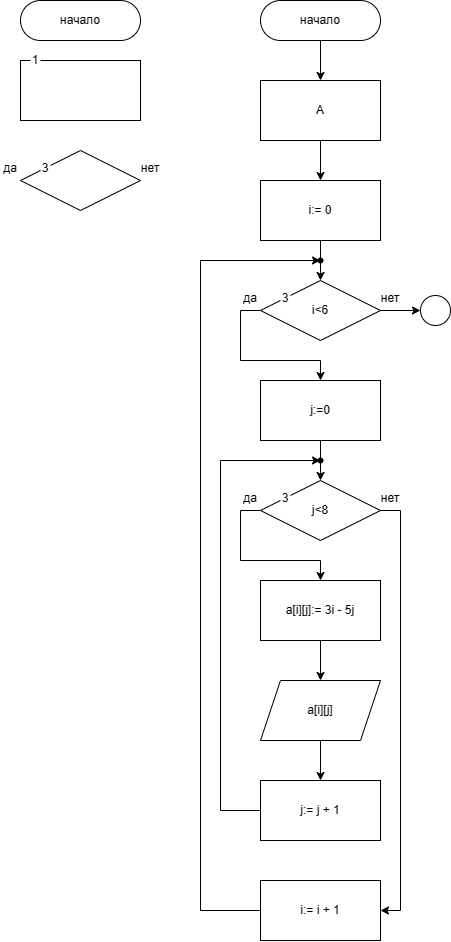
Earlier version of the draw.io export l2t2.png (H33MP/rsue). Source tidied: cells renumbered, new cells last; positions are measured from the earlier drawing's top-left corner, leaving out a move shared by most shapes.
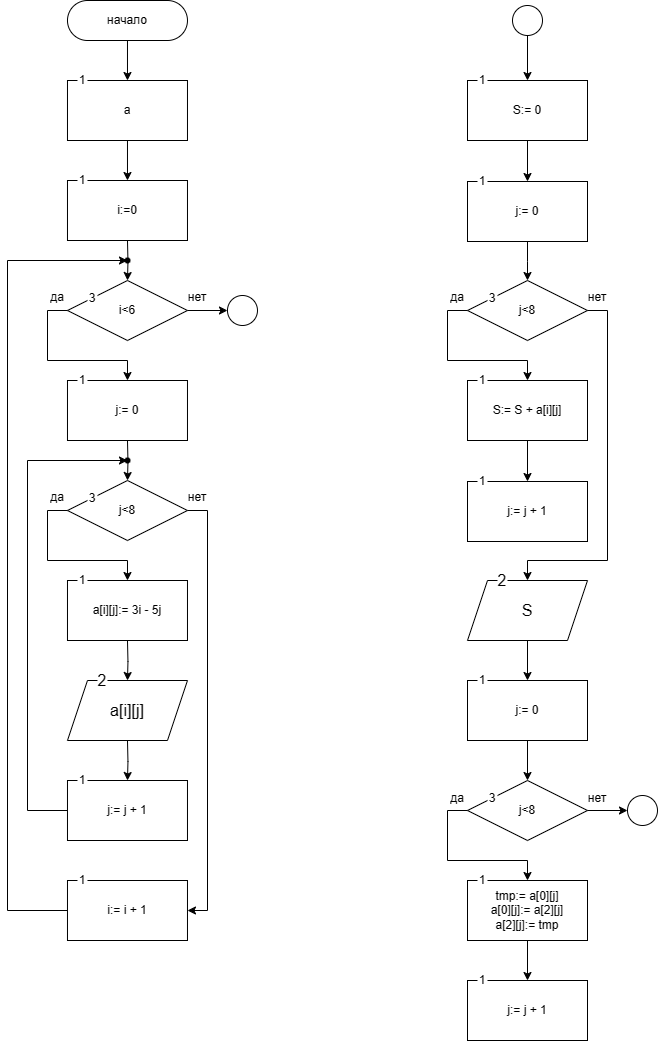
After the change.

The edit, as a diff of the source:
```diff
@@ -4,5 +4,5 @@
     <mxCell id="1" parent="0" />
-    <mxCell id="2" style="edgeStyle=orthogonalEdgeStyle;rounded=0;jettySize=auto;html=1;" parent="1" edge="1" source="3" target="5">
-      <mxGeometry relative="1" as="geometry" />
-    </mxCell>
+    <mxCell id="44" style="edgeStyle=orthogonalEdgeStyle;rounded=0;jettySize=auto;html=1;" parent="1" edge="1" source="3" target="46">
+      <mxGeometry relative="1" as="geometry" />
+    </mxCell>
     <mxCell id="3" value="начало" style="rounded=1;whiteSpace=wrap;html=1;arcSize=50;" parent="1" vertex="1">
@@ -10,10 +10,5 @@
     </mxCell>
-    <mxCell id="4" style="edgeStyle=orthogonalEdgeStyle;rounded=0;jettySize=auto;html=1;" parent="1" edge="1" source="5" target="7">
-      <mxGeometry relative="1" as="geometry" />
-    </mxCell>
-    <mxCell id="5" value="A" style="rounded=0;whiteSpace=wrap;html=1;" parent="1" vertex="1">
-      <mxGeometry x="260" y="80" width="120" height="60" as="geometry" />
-    </mxCell>
-    <mxCell id="6" style="edgeStyle=orthogonalEdgeStyle;rounded=0;jettySize=auto;html=1;" parent="1" edge="1" source="7">
+    <mxCell id="6" style="edgeStyle=orthogonalEdgeStyle;rounded=0;orthogonalLoop=1;jettySize=auto;html=1;" parent="1" edge="1">
       <mxGeometry relative="1" as="geometry">
+        <mxPoint x="320" y="240" as="sourcePoint" />
         <mxPoint x="320" y="280" as="targetPoint" />
@@ -21,5 +16,2 @@
     </mxCell>
-    <mxCell id="7" value="i:= 0" style="rounded=0;whiteSpace=wrap;html=1;" parent="1" vertex="1">
-      <mxGeometry x="260" y="180" width="120" height="60" as="geometry" />
-    </mxCell>
     <mxCell id="8" style="group;" parent="1" vertex="1">
@@ -39,10 +31,10 @@
     </mxCell>
-    <mxCell id="13" style="edgeStyle=orthogonalEdgeStyle;rounded=0;jettySize=auto;html=1;entryX=0.5;entryY=0;entryDx=0;entryDy=0;" parent="1" edge="1" source="14" target="17">
-      <mxGeometry relative="1" as="geometry" />
+    <mxCell id="13" style="edgeStyle=orthogonalEdgeStyle;rounded=0;jettySize=auto;html=1;entryX=0.5;entryY=0;entryDx=0;entryDy=0;" parent="1" edge="1" target="17">
+      <mxGeometry relative="1" as="geometry">
+        <mxPoint x="320" y="440" as="sourcePoint" />
+      </mxGeometry>
     </mxCell>
-    <mxCell id="14" value="j:=0" style="rounded=0;whiteSpace=wrap;html=1;" parent="1" vertex="1">
-      <mxGeometry x="260" y="380" width="120" height="60" as="geometry" />
-    </mxCell>
-    <mxCell id="15" style="edgeStyle=orthogonalEdgeStyle;rounded=0;jettySize=auto;html=1;entryX=0.5;entryY=0;entryDx=0;entryDy=0;" parent="1" edge="1" source="9" target="14">
+    <mxCell id="15" style="edgeStyle=orthogonalEdgeStyle;rounded=0;jettySize=auto;html=1;entryX=0.5;entryY=0;entryDx=0;entryDy=0;" parent="1" edge="1" source="9">
       <mxGeometry relative="1" as="geometry">
+        <mxPoint x="320" y="380" as="targetPoint" />
         <Array as="points">
@@ -69,10 +61,11 @@
     </mxCell>
-    <mxCell id="21" style="edgeStyle=orthogonalEdgeStyle;rounded=0;jettySize=auto;html=1;" parent="1" edge="1" source="22" target="25">
-      <mxGeometry relative="1" as="geometry" />
+    <mxCell id="21" style="edgeStyle=orthogonalEdgeStyle;rounded=0;orthogonalLoop=1;jettySize=auto;html=1;" parent="1" edge="1">
+      <mxGeometry relative="1" as="geometry">
+        <mxPoint x="320" y="640" as="sourcePoint" />
+        <mxPoint x="320" y="680" as="targetPoint" />
+      </mxGeometry>
     </mxCell>
-    <mxCell id="22" value="a[i][j]:= 3i - 5j" style="rounded=0;whiteSpace=wrap;html=1;" parent="1" vertex="1">
-      <mxGeometry x="260" y="580" width="120" height="60" as="geometry" />
-    </mxCell>
-    <mxCell id="23" style="edgeStyle=orthogonalEdgeStyle;rounded=0;jettySize=auto;html=1;entryX=0.5;entryY=0;entryDx=0;entryDy=0;" parent="1" edge="1" source="17" target="22">
+    <mxCell id="23" style="edgeStyle=orthogonalEdgeStyle;rounded=0;jettySize=auto;html=1;entryX=0.5;entryY=0;entryDx=0;entryDy=0;" parent="1" edge="1" source="17">
       <mxGeometry relative="1" as="geometry">
+        <mxPoint x="320" y="580" as="targetPoint" />
         <Array as="points">
@@ -84,10 +77,11 @@
     </mxCell>
-    <mxCell id="24" style="edgeStyle=orthogonalEdgeStyle;rounded=0;jettySize=auto;html=1;" parent="1" edge="1" source="25" target="27">
-      <mxGeometry relative="1" as="geometry" />
+    <mxCell id="24" style="edgeStyle=orthogonalEdgeStyle;rounded=0;orthogonalLoop=1;jettySize=auto;html=1;" parent="1" edge="1">
+      <mxGeometry relative="1" as="geometry">
+        <mxPoint x="320" y="740" as="sourcePoint" />
+        <mxPoint x="320" y="780" as="targetPoint" />
+      </mxGeometry>
     </mxCell>
-    <mxCell id="25" value="a[i][j]" style="shape=parallelogram;perimeter=parallelogramPerimeter;whiteSpace=wrap;html=1;fixedSize=1;" parent="1" vertex="1">
-      <mxGeometry x="260" y="680" width="120" height="60" as="geometry" />
-    </mxCell>
-    <mxCell id="26" style="edgeStyle=orthogonalEdgeStyle;rounded=0;jettySize=auto;html=1;" parent="1" edge="1" source="27" target="32">
+    <mxCell id="26" style="edgeStyle=orthogonalEdgeStyle;rounded=0;jettySize=auto;html=1;" parent="1" edge="1" target="32">
       <mxGeometry relative="1" as="geometry">
+        <mxPoint x="260" y="810" as="sourcePoint" />
         <Array as="points">
@@ -98,7 +92,5 @@
     </mxCell>
-    <mxCell id="27" value="j:= j + 1" style="rounded=0;whiteSpace=wrap;html=1;" parent="1" vertex="1">
-      <mxGeometry x="260" y="780" width="120" height="60" as="geometry" />
-    </mxCell>
-    <mxCell id="28" style="edgeStyle=orthogonalEdgeStyle;rounded=0;jettySize=auto;html=1;" parent="1" edge="1" source="29" target="31">
+    <mxCell id="28" style="edgeStyle=orthogonalEdgeStyle;rounded=0;jettySize=auto;html=1;" parent="1" edge="1" target="31">
       <mxGeometry relative="1" as="geometry">
+        <mxPoint x="260" y="910" as="sourcePoint" />
         <Array as="points">
@@ -109,7 +101,5 @@
     </mxCell>
-    <mxCell id="29" value="i:= i + 1" style="rounded=0;whiteSpace=wrap;html=1;" parent="1" vertex="1">
-      <mxGeometry x="260" y="880" width="120" height="60" as="geometry" />
-    </mxCell>
-    <mxCell id="30" style="edgeStyle=orthogonalEdgeStyle;rounded=0;jettySize=auto;html=1;entryX=1;entryY=0.5;entryDx=0;entryDy=0;" parent="1" edge="1" source="17" target="29">
+    <mxCell id="30" style="edgeStyle=orthogonalEdgeStyle;rounded=0;jettySize=auto;html=1;entryX=1;entryY=0.5;entryDx=0;entryDy=0;" parent="1" edge="1" source="17">
       <mxGeometry relative="1" as="geometry">
+        <mxPoint x="380" y="910" as="targetPoint" />
         <Array as="points">
@@ -132,29 +122,227 @@
     </mxCell>
-    <mxCell id="35" style="group;" parent="1" vertex="1">
-      <mxGeometry x="20" y="55" width="120" height="65" as="geometry" />
-    </mxCell>
-    <mxCell id="36" style="rounded=0;whiteSpace=wrap;html=1;" parent="35" vertex="1">
-      <mxGeometry y="5" width="120" height="60" as="geometry" />
-    </mxCell>
-    <mxCell id="37" value="1" style="text;html=1;strokeColor=none;fillColor=default;align=center;verticalAlign=middle;whiteSpace=wrap;rounded=0;" parent="35" vertex="1">
-      <mxGeometry x="10" width="10" height="10" as="geometry" />
-    </mxCell>
-    <mxCell id="38" value="начало" style="rounded=1;whiteSpace=wrap;html=1;arcSize=50;" parent="1" vertex="1">
-      <mxGeometry x="20" width="120" height="40" as="geometry" />
-    </mxCell>
-    <mxCell id="39" style="group;" parent="1" vertex="1">
-      <mxGeometry y="150" width="160" height="60" as="geometry" />
-    </mxCell>
-    <mxCell id="40" style="rhombus;whiteSpace=wrap;html=1;" parent="39" vertex="1">
-      <mxGeometry x="20" width="120" height="60" as="geometry" />
-    </mxCell>
-    <mxCell id="41" value="да" style="text;html=1;strokeColor=none;fillColor=none;align=center;verticalAlign=middle;whiteSpace=wrap;rounded=0;" parent="39" vertex="1">
-      <mxGeometry y="10" width="20" height="15" as="geometry" />
-    </mxCell>
-    <mxCell id="42" value="нет" style="text;html=1;strokeColor=none;fillColor=none;align=center;verticalAlign=middle;whiteSpace=wrap;rounded=0;" parent="39" vertex="1">
-      <mxGeometry x="140" y="10" width="20" height="15" as="geometry" />
-    </mxCell>
-    <mxCell id="43" value="3" style="text;html=1;strokeColor=none;fillColor=default;align=center;verticalAlign=middle;whiteSpace=wrap;rounded=0;" parent="39" vertex="1">
-      <mxGeometry x="40" y="13" width="10" height="10" as="geometry" />
-    </mxCell>
+    <mxCell id="45" style="group;" parent="1" vertex="1">
+      <mxGeometry x="260" y="75" width="120" height="65" as="geometry" />
+    </mxCell>
+    <mxCell id="46" value="a" style="rounded=0;whiteSpace=wrap;html=1;" parent="45" vertex="1">
+      <mxGeometry y="5" width="120" height="60" as="geometry" />
+    </mxCell>
+    <mxCell id="47" value="1" style="text;html=1;strokeColor=none;fillColor=default;align=center;verticalAlign=middle;whiteSpace=wrap;rounded=0;" parent="45" vertex="1">
+      <mxGeometry x="10" width="10" height="10" as="geometry" />
+    </mxCell>
+    <mxCell id="48" style="group;" parent="1" vertex="1">
+      <mxGeometry x="260" y="175" width="120" height="65" as="geometry" />
+    </mxCell>
+    <mxCell id="49" value="i:=0" style="rounded=0;whiteSpace=wrap;html=1;" parent="48" vertex="1">
+      <mxGeometry y="5" width="120" height="60" as="geometry" />
+    </mxCell>
+    <mxCell id="50" value="1" style="text;html=1;strokeColor=none;fillColor=default;align=center;verticalAlign=middle;whiteSpace=wrap;rounded=0;" parent="48" vertex="1">
+      <mxGeometry x="10" width="10" height="10" as="geometry" />
+    </mxCell>
+    <mxCell id="51" style="edgeStyle=orthogonalEdgeStyle;rounded=0;jettySize=auto;html=1;" parent="1" edge="1" source="46" target="49">
+      <mxGeometry relative="1" as="geometry" />
+    </mxCell>
+    <mxCell id="52" style="group;" parent="1" vertex="1">
+      <mxGeometry x="260" y="375" width="120" height="65" as="geometry" />
+    </mxCell>
+    <mxCell id="53" value="j:= 0" style="rounded=0;whiteSpace=wrap;html=1;" parent="52" vertex="1">
+      <mxGeometry y="5" width="120" height="60" as="geometry" />
+    </mxCell>
+    <mxCell id="54" value="1" style="text;html=1;strokeColor=none;fillColor=default;align=center;verticalAlign=middle;whiteSpace=wrap;rounded=0;" parent="52" vertex="1">
+      <mxGeometry x="10" width="10" height="10" as="geometry" />
+    </mxCell>
+    <mxCell id="55" style="group;" parent="1" vertex="1">
+      <mxGeometry x="260" y="575" width="120" height="65" as="geometry" />
+    </mxCell>
+    <mxCell id="22" value="a[i][j]:= 3i - 5j" style="rounded=0;whiteSpace=wrap;html=1;" parent="55" vertex="1">
+      <mxGeometry y="5" width="120" height="60" as="geometry" />
+    </mxCell>
+    <mxCell id="56" value="1" style="text;html=1;strokeColor=none;fillColor=default;align=center;verticalAlign=middle;whiteSpace=wrap;rounded=0;" parent="55" vertex="1">
+      <mxGeometry x="10" width="10" height="10" as="geometry" />
+    </mxCell>
+    <mxCell id="57" style="group;fontSize=16;" parent="1" vertex="1">
+      <mxGeometry x="260" y="675" width="120" height="65" as="geometry" />
+    </mxCell>
+    <mxCell id="25" value="a[i][j]" style="shape=parallelogram;perimeter=parallelogramPerimeter;whiteSpace=wrap;html=1;fixedSize=1;fontSize=16;" parent="57" vertex="1">
+      <mxGeometry y="5" width="120" height="60" as="geometry" />
+    </mxCell>
+    <mxCell id="58" value="2" style="text;html=1;strokeColor=none;fillColor=default;align=center;verticalAlign=middle;whiteSpace=wrap;rounded=0;fontSize=16;" parent="57" vertex="1">
+      <mxGeometry x="30" width="10" height="10" as="geometry" />
+    </mxCell>
+    <mxCell id="59" style="group;" parent="1" vertex="1">
+      <mxGeometry x="260" y="775" width="120" height="65" as="geometry" />
+    </mxCell>
+    <mxCell id="60" value="j:= j + 1" style="rounded=0;whiteSpace=wrap;html=1;" parent="59" vertex="1">
+      <mxGeometry y="5" width="120" height="60" as="geometry" />
+    </mxCell>
+    <mxCell id="61" value="1" style="text;html=1;strokeColor=none;fillColor=default;align=center;verticalAlign=middle;whiteSpace=wrap;rounded=0;" parent="59" vertex="1">
+      <mxGeometry x="10" width="10" height="10" as="geometry" />
+    </mxCell>
+    <mxCell id="62" style="group;" parent="1" vertex="1">
+      <mxGeometry x="260" y="875" width="120" height="65" as="geometry" />
+    </mxCell>
+    <mxCell id="29" value="i:= i + 1" style="rounded=0;whiteSpace=wrap;html=1;" parent="62" vertex="1">
+      <mxGeometry y="5" width="120" height="60" as="geometry" />
+    </mxCell>
+    <mxCell id="63" value="1" style="text;html=1;strokeColor=none;fillColor=default;align=center;verticalAlign=middle;whiteSpace=wrap;rounded=0;" parent="62" vertex="1">
+      <mxGeometry x="10" width="10" height="10" as="geometry" />
+    </mxCell>
+    <mxCell id="64" style="edgeStyle=orthogonalEdgeStyle;rounded=0;jettySize=auto;html=1;" parent="1" edge="1" source="65" target="67">
+      <mxGeometry relative="1" as="geometry" />
+    </mxCell>
+    <mxCell id="65" style="ellipse;whiteSpace=wrap;html=1;" parent="1" vertex="1">
+      <mxGeometry x="705" y="5" width="30" height="30" as="geometry" />
+    </mxCell>
+    <mxCell id="66" style="group;" parent="1" vertex="1">
+      <mxGeometry x="660" y="75" width="120" height="65" as="geometry" />
+    </mxCell>
+    <mxCell id="67" value="S:= 0" style="rounded=0;whiteSpace=wrap;html=1;" parent="66" vertex="1">
+      <mxGeometry y="5" width="120" height="60" as="geometry" />
+    </mxCell>
+    <mxCell id="68" value="1" style="text;html=1;strokeColor=none;fillColor=default;align=center;verticalAlign=middle;whiteSpace=wrap;rounded=0;" parent="66" vertex="1">
+      <mxGeometry x="10" width="10" height="10" as="geometry" />
+    </mxCell>
+    <mxCell id="69" style="group;" parent="1" vertex="1">
+      <mxGeometry x="660" y="176" width="120" height="65" as="geometry" />
+    </mxCell>
+    <mxCell id="70" value="j:= 0" style="rounded=0;whiteSpace=wrap;html=1;" parent="69" vertex="1">
+      <mxGeometry y="5" width="120" height="60" as="geometry" />
+    </mxCell>
+    <mxCell id="71" value="1" style="text;html=1;strokeColor=none;fillColor=default;align=center;verticalAlign=middle;whiteSpace=wrap;rounded=0;" parent="69" vertex="1">
+      <mxGeometry x="10" width="10" height="10" as="geometry" />
+    </mxCell>
+    <mxCell id="72" style="edgeStyle=orthogonalEdgeStyle;rounded=0;jettySize=auto;html=1;" parent="1" edge="1" source="67" target="70">
+      <mxGeometry relative="1" as="geometry" />
+    </mxCell>
+    <mxCell id="73" style="group;" parent="1" vertex="1">
+      <mxGeometry x="640" y="280" width="160" height="60" as="geometry" />
+    </mxCell>
+    <mxCell id="74" value="j&amp;lt;8" style="rhombus;whiteSpace=wrap;html=1;" parent="73" vertex="1">
+      <mxGeometry x="20" width="120" height="60" as="geometry" />
+    </mxCell>
+    <mxCell id="75" value="да" style="text;html=1;strokeColor=none;fillColor=none;align=center;verticalAlign=middle;whiteSpace=wrap;rounded=0;" parent="73" vertex="1">
+      <mxGeometry y="10" width="20" height="15" as="geometry" />
+    </mxCell>
+    <mxCell id="76" value="нет" style="text;html=1;strokeColor=none;fillColor=none;align=center;verticalAlign=middle;whiteSpace=wrap;rounded=0;" parent="73" vertex="1">
+      <mxGeometry x="140" y="10" width="20" height="15" as="geometry" />
+    </mxCell>
+    <mxCell id="77" value="3" style="text;html=1;strokeColor=none;fillColor=default;align=center;verticalAlign=middle;whiteSpace=wrap;rounded=0;" parent="73" vertex="1">
+      <mxGeometry x="40" y="13" width="10" height="10" as="geometry" />
+    </mxCell>
+    <mxCell id="78" style="group;" parent="1" vertex="1">
+      <mxGeometry x="660" y="375" width="120" height="65" as="geometry" />
+    </mxCell>
+    <mxCell id="79" value="S:= S + a[i][j]" style="rounded=0;whiteSpace=wrap;html=1;" parent="78" vertex="1">
+      <mxGeometry y="5" width="120" height="60" as="geometry" />
+    </mxCell>
+    <mxCell id="80" value="1" style="text;html=1;strokeColor=none;fillColor=default;align=center;verticalAlign=middle;whiteSpace=wrap;rounded=0;" parent="78" vertex="1">
+      <mxGeometry x="10" width="10" height="10" as="geometry" />
+    </mxCell>
+    <mxCell id="81" style="group;" parent="1" vertex="1">
+      <mxGeometry x="660" y="476" width="120" height="65" as="geometry" />
+    </mxCell>
+    <mxCell id="82" value="j:= j + 1" style="rounded=0;whiteSpace=wrap;html=1;" parent="81" vertex="1">
+      <mxGeometry y="5" width="120" height="60" as="geometry" />
+    </mxCell>
+    <mxCell id="83" value="1" style="text;html=1;strokeColor=none;fillColor=default;align=center;verticalAlign=middle;whiteSpace=wrap;rounded=0;" parent="81" vertex="1">
+      <mxGeometry x="10" width="10" height="10" as="geometry" />
+    </mxCell>
+    <mxCell id="84" style="edgeStyle=orthogonalEdgeStyle;rounded=0;jettySize=auto;html=1;" parent="1" edge="1" source="79" target="82">
+      <mxGeometry relative="1" as="geometry" />
+    </mxCell>
+    <mxCell id="85" style="group;fontSize=16;" parent="1" vertex="1">
+      <mxGeometry x="660" y="575" width="120" height="65" as="geometry" />
+    </mxCell>
+    <mxCell id="86" value="S" style="shape=parallelogram;perimeter=parallelogramPerimeter;whiteSpace=wrap;html=1;fixedSize=1;fontSize=16;" parent="85" vertex="1">
+      <mxGeometry y="5" width="120" height="60" as="geometry" />
+    </mxCell>
+    <mxCell id="87" value="2" style="text;html=1;strokeColor=none;fillColor=default;align=center;verticalAlign=middle;whiteSpace=wrap;rounded=0;fontSize=16;" parent="85" vertex="1">
+      <mxGeometry x="30" width="10" height="10" as="geometry" />
+    </mxCell>
+    <mxCell id="88" style="group;" parent="1" vertex="1">
+      <mxGeometry x="660" y="675" width="120" height="65" as="geometry" />
+    </mxCell>
+    <mxCell id="89" value="j:= 0" style="rounded=0;whiteSpace=wrap;html=1;" parent="88" vertex="1">
+      <mxGeometry y="5" width="120" height="60" as="geometry" />
+    </mxCell>
+    <mxCell id="90" value="1" style="text;html=1;strokeColor=none;fillColor=default;align=center;verticalAlign=middle;whiteSpace=wrap;rounded=0;" parent="88" vertex="1">
+      <mxGeometry x="10" width="10" height="10" as="geometry" />
+    </mxCell>
+    <mxCell id="91" style="edgeStyle=orthogonalEdgeStyle;rounded=0;jettySize=auto;html=1;" parent="1" edge="1" source="86" target="89">
+      <mxGeometry relative="1" as="geometry" />
+    </mxCell>
+    <mxCell id="92" style="group;" parent="1" vertex="1">
+      <mxGeometry x="640" y="780" width="160" height="60" as="geometry" />
+    </mxCell>
+    <mxCell id="93" value="j&amp;lt;8" style="rhombus;whiteSpace=wrap;html=1;" parent="92" vertex="1">
+      <mxGeometry x="20" width="120" height="60" as="geometry" />
+    </mxCell>
+    <mxCell id="94" value="да" style="text;html=1;strokeColor=none;fillColor=none;align=center;verticalAlign=middle;whiteSpace=wrap;rounded=0;" parent="92" vertex="1">
+      <mxGeometry y="10" width="20" height="15" as="geometry" />
+    </mxCell>
+    <mxCell id="95" value="нет" style="text;html=1;strokeColor=none;fillColor=none;align=center;verticalAlign=middle;whiteSpace=wrap;rounded=0;" parent="92" vertex="1">
+      <mxGeometry x="140" y="10" width="20" height="15" as="geometry" />
+    </mxCell>
+    <mxCell id="96" value="3" style="text;html=1;strokeColor=none;fillColor=default;align=center;verticalAlign=middle;whiteSpace=wrap;rounded=0;" parent="92" vertex="1">
+      <mxGeometry x="40" y="13" width="10" height="10" as="geometry" />
+    </mxCell>
+    <mxCell id="97" style="group;" parent="1" vertex="1">
+      <mxGeometry x="660" y="875" width="120" height="65" as="geometry" />
+    </mxCell>
+    <mxCell id="98" value="tmp:= a[0][j]&lt;br&gt;a[0][j]:= a[2][j]&lt;br&gt;a[2][j]:= tmp" style="rounded=0;whiteSpace=wrap;html=1;" parent="97" vertex="1">
+      <mxGeometry y="5" width="120" height="60" as="geometry" />
+    </mxCell>
+    <mxCell id="99" value="1" style="text;html=1;strokeColor=none;fillColor=default;align=center;verticalAlign=middle;whiteSpace=wrap;rounded=0;" parent="97" vertex="1">
+      <mxGeometry x="10" width="10" height="10" as="geometry" />
+    </mxCell>
+    <mxCell id="100" style="group;" parent="1" vertex="1">
+      <mxGeometry x="660" y="975" width="120" height="65" as="geometry" />
+    </mxCell>
+    <mxCell id="101" value="j:= j + 1" style="rounded=0;whiteSpace=wrap;html=1;" parent="100" vertex="1">
+      <mxGeometry y="5" width="120" height="60" as="geometry" />
+    </mxCell>
+    <mxCell id="102" value="1" style="text;html=1;strokeColor=none;fillColor=default;align=center;verticalAlign=middle;whiteSpace=wrap;rounded=0;" parent="100" vertex="1">
+      <mxGeometry x="10" width="10" height="10" as="geometry" />
+    </mxCell>
+    <mxCell id="103" style="edgeStyle=orthogonalEdgeStyle;rounded=0;jettySize=auto;html=1;" parent="1" edge="1" source="98" target="101">
+      <mxGeometry relative="1" as="geometry" />
+    </mxCell>
+    <mxCell id="104" style="edgeStyle=orthogonalEdgeStyle;rounded=0;jettySize=auto;html=1;entryX=0.5;entryY=0;entryDx=0;entryDy=0;" parent="1" edge="1" source="70" target="74">
+      <mxGeometry relative="1" as="geometry" />
+    </mxCell>
+    <mxCell id="105" style="edgeStyle=orthogonalEdgeStyle;rounded=0;jettySize=auto;html=1;entryX=0.5;entryY=0;entryDx=0;entryDy=0;" parent="1" edge="1" source="74" target="79">
+      <mxGeometry relative="1" as="geometry">
+        <Array as="points">
+          <mxPoint x="640" y="310" />
+          <mxPoint x="640" y="360" />
+          <mxPoint x="720" y="360" />
+        </Array>
+      </mxGeometry>
+    </mxCell>
+    <mxCell id="106" style="edgeStyle=orthogonalEdgeStyle;rounded=0;jettySize=auto;html=1;entryX=0.5;entryY=0;entryDx=0;entryDy=0;" parent="1" edge="1" source="74" target="86">
+      <mxGeometry relative="1" as="geometry">
+        <Array as="points">
+          <mxPoint x="800" y="310" />
+          <mxPoint x="800" y="560" />
+          <mxPoint x="720" y="560" />
+        </Array>
+      </mxGeometry>
+    </mxCell>
+    <mxCell id="107" style="edgeStyle=orthogonalEdgeStyle;rounded=0;jettySize=auto;html=1;entryX=0.5;entryY=0;entryDx=0;entryDy=0;" parent="1" edge="1" source="89" target="93">
+      <mxGeometry relative="1" as="geometry" />
+    </mxCell>
+    <mxCell id="108" style="edgeStyle=orthogonalEdgeStyle;rounded=0;jettySize=auto;html=1;entryX=0.5;entryY=0;entryDx=0;entryDy=0;" parent="1" edge="1" source="93" target="98">
+      <mxGeometry relative="1" as="geometry">
+        <Array as="points">
+          <mxPoint x="640" y="810" />
+          <mxPoint x="640" y="860" />
+          <mxPoint x="720" y="860" />
+        </Array>
+      </mxGeometry>
+    </mxCell>
+    <mxCell id="109" style="ellipse;whiteSpace=wrap;html=1;" parent="1" vertex="1">
+      <mxGeometry x="820" y="795" width="30" height="30" as="geometry" />
+    </mxCell>
+    <mxCell id="110" style="edgeStyle=orthogonalEdgeStyle;rounded=0;jettySize=auto;html=1;" parent="1" edge="1" source="93" target="109">
+      <mxGeometry relative="1" as="geometry" />
+    </mxCell>
   </root>
```
